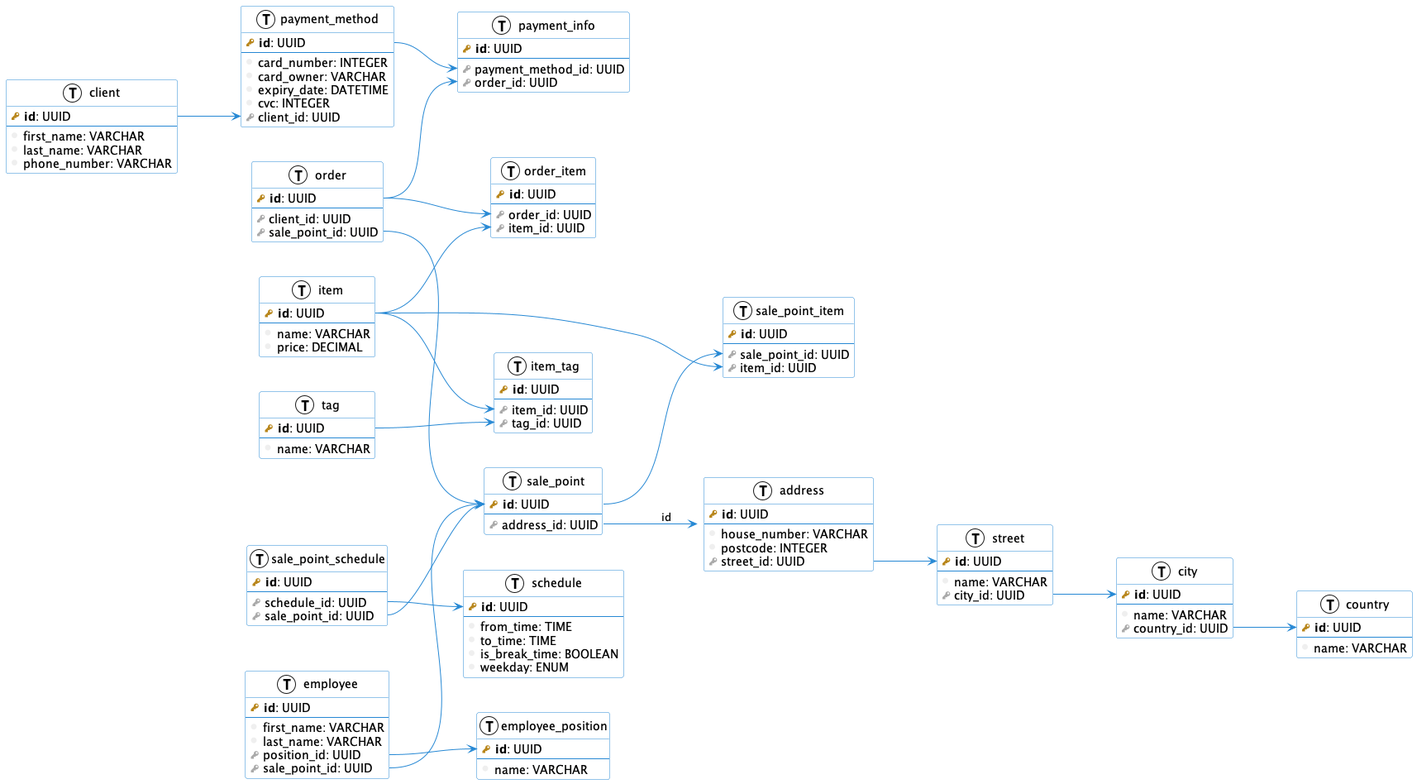
Before: db.png, a diagram exported from PlantUML (danilshvalov/databases-lab). Its diagram source:
```plantuml
@startuml
left to right direction
skinparam roundcorner 5
skinparam shadowing false

skinparam class {
    BackgroundColor white
    ArrowColor #2688d4
    BorderColor #2688d4
}

!define primary_key(x) <b><color:#b8861b><&key></color> x</b>
!define foreign_key(x) <color:#aaaaaa><&key></color> x
!define column(x) <color:#efefef><&media-record></color> x
!define table(x) entity x << (T, white) >>

table(client) {
    primary_key(id): UUID
    --
    column(first_name): VARCHAR
    column(last_name): VARCHAR
    column(phone_number): VARCHAR
}

table(payment_method) {
    primary_key(id): UUID
    --
    column(card_number): INTEGER
    column(card_owner): VARCHAR
    column(expiry_date): DATETIME
    column(cvc): INTEGER
    foreign_key(client_id): UUID
}

table(payment_info) {
    primary_key(id): UUID
    --
    foreign_key(payment_method_id): UUID
    foreign_key(order_id): UUID
}

table(item) {
    primary_key(id): UUID
    --
    column(name): VARCHAR
    column(price): DECIMAL
}

table(tag) {
    primary_key(id): UUID
    --
    column(name): VARCHAR
}

table(item_tag) {
    primary_key(id): UUID
    --
    foreign_key(item_id): UUID
    foreign_key(tag_id): UUID
}

table(order) {
    primary_key(id): UUID
    --
    foreign_key(client_id): UUID
    foreign_key(sale_point_id): UUID
}

table(order_item) {
    primary_key(id): UUID
    --
    foreign_key(order_id): UUID
    foreign_key(item_id): UUID
}

table(sale_point) {
    primary_key(id): UUID
    --
    foreign_key(address_id): UUID
}

table(sale_point_item) {
    primary_key(id): UUID
    --
    foreign_key(sale_point_id): UUID
    foreign_key(item_id): UUID
}

table(sale_point_schedule) {
    primary_key(id): UUID
    --
    foreign_key(schedule_id): UUID
    foreign_key(sale_point_id): UUID
}

table(country) {
    primary_key(id): UUID
    --
    column(name): VARCHAR
}

table(city) {
    primary_key(id): UUID
    --
    column(name): VARCHAR
    foreign_key(country_id): UUID
}

table(street) {
    primary_key(id): UUID
    --
    column(name): VARCHAR
    foreign_key(city_id): UUID
}

table(address) {
    primary_key(id): UUID
    --
    column(house_number): VARCHAR
    column(postcode): INTEGER
    foreign_key(street_id): UUID
}

table(employee) {
    primary_key(id): UUID
    --
    column(first_name): VARCHAR
    column(last_name): VARCHAR
    foreign_key(position_id): UUID
    foreign_key(sale_point_id): UUID
}

table(employee_position) {
    primary_key(id): UUID
    --
    column(name): VARCHAR
}

table(schedule) {
    primary_key(id): UUID
    --
    column(from_time): TIME
    column(to_time): TIME
    column(is_break_time): BOOLEAN
    column(weekday): ENUM
}

sale_point::id --> sale_point_item::sale_point_id
item::id --> sale_point_item::item_id

payment_method::id --> payment_info::payment_method_id
order::id --> payment_info::order_id

client::id --> payment_method::client_id

order::id --> order_item::order_id
item::id --> order_item::item_id

item::id --> item_tag::item_id
tag::id --> item_tag::tag_id

order::sale_point_id --> sale_point::id

sale_point::address_id --> address:id

city::country_id --> country::id

street::city_id --> city::id

address::street_id --> street::id

employee::position_id --> employee_position::id
employee::sale_point --> sale_point::id

sale_point_schedule::schedule_id --> schedule::id
sale_point_schedule::sale_point_id --> sale_point::id

@enduml
```
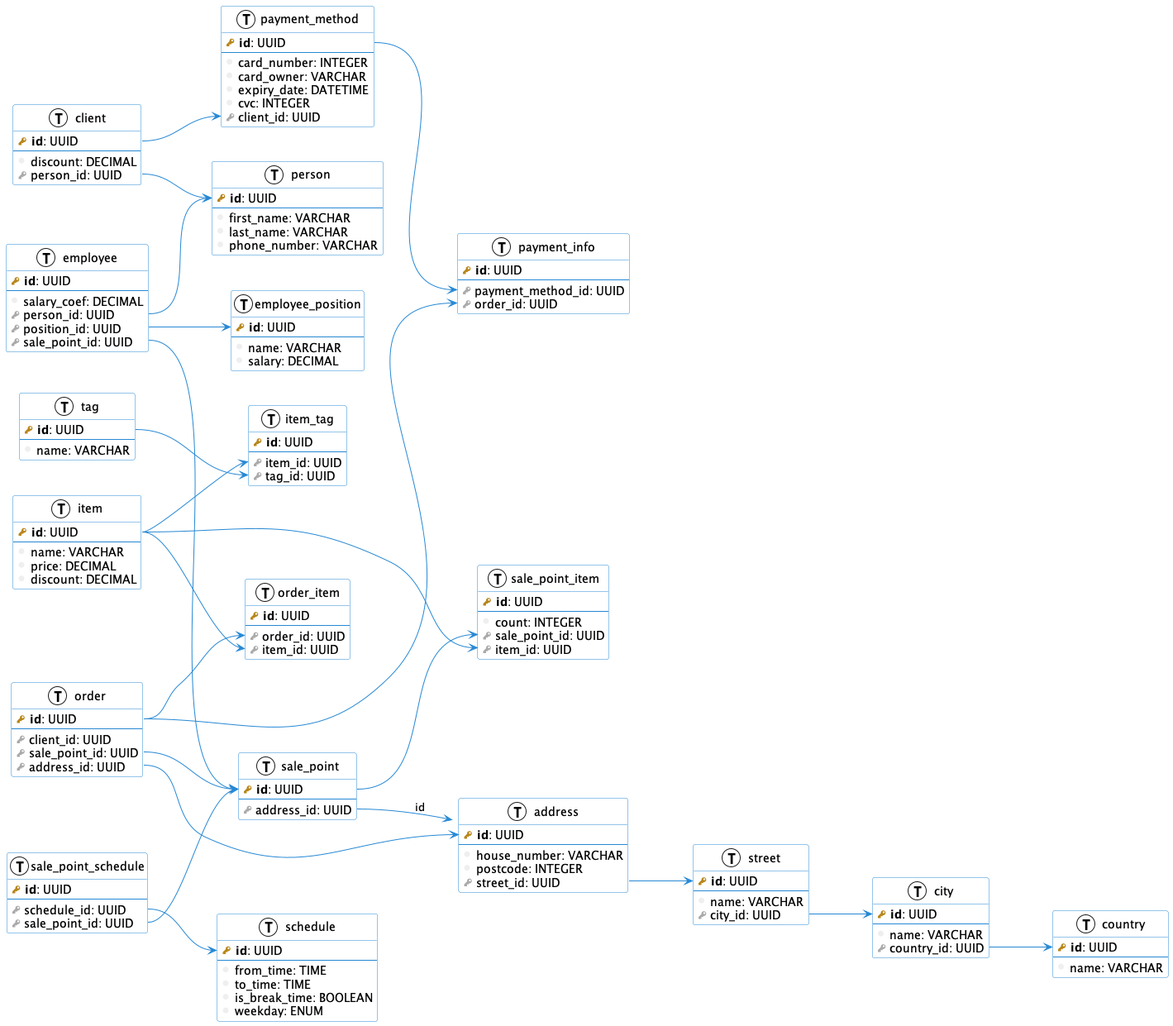
The same file after the commit.

Commit message:
feat(uml): add new tables

The edit, as a diff of the source:
```diff
@@ -14,12 +14,19 @@
 !define column(x) <color:#efefef><&media-record></color> x
 !define table(x) entity x << (T, white) >>
 
-table(client) {
+table(person) {
     primary_key(id): UUID
     --
     column(first_name): VARCHAR
     column(last_name): VARCHAR
     column(phone_number): VARCHAR
+}
+
+table(client) {
+    primary_key(id): UUID
+    --
+    column(discount): DECIMAL
+    foreign_key(person_id): UUID
 }
 
 table(payment_method) {
@@ -44,6 +51,7 @@
     --
     column(name): VARCHAR
     column(price): DECIMAL
+    column(discount): DECIMAL
 }
 
 table(tag) {
@@ -64,6 +72,7 @@
     --
     foreign_key(client_id): UUID
     foreign_key(sale_point_id): UUID
+    foreign_key(address_id): UUID
 }
 
 table(order_item) {
@@ -82,6 +91,7 @@
 table(sale_point_item) {
     primary_key(id): UUID
     --
+    column(count): INTEGER
     foreign_key(sale_point_id): UUID
     foreign_key(item_id): UUID
 }
@@ -124,8 +134,8 @@
 table(employee) {
     primary_key(id): UUID
     --
-    column(first_name): VARCHAR
-    column(last_name): VARCHAR
+    column(salary_coef): DECIMAL
+    foreign_key(person_id): UUID
     foreign_key(position_id): UUID
     foreign_key(sale_point_id): UUID
 }
@@ -134,6 +144,7 @@
     primary_key(id): UUID
     --
     column(name): VARCHAR
+    column(salary): DECIMAL
 }
 
 table(schedule) {
@@ -152,6 +163,7 @@
 order::id --> payment_info::order_id
 
 client::id --> payment_method::client_id
+client::person_id --> person::id
 
 order::id --> order_item::order_id
 item::id --> order_item::item_id
@@ -160,6 +172,7 @@
 tag::id --> item_tag::tag_id
 
 order::sale_point_id --> sale_point::id
+order::address_id --> address::id
 
 sale_point::address_id --> address:id
 
@@ -169,10 +182,12 @@
 
 address::street_id --> street::id
 
+employee::person_id --> person::id
 employee::position_id --> employee_position::id
 employee::sale_point --> sale_point::id
 
 sale_point_schedule::schedule_id --> schedule::id
 sale_point_schedule::sale_point_id --> sale_point::id
 
+
 @enduml
```
